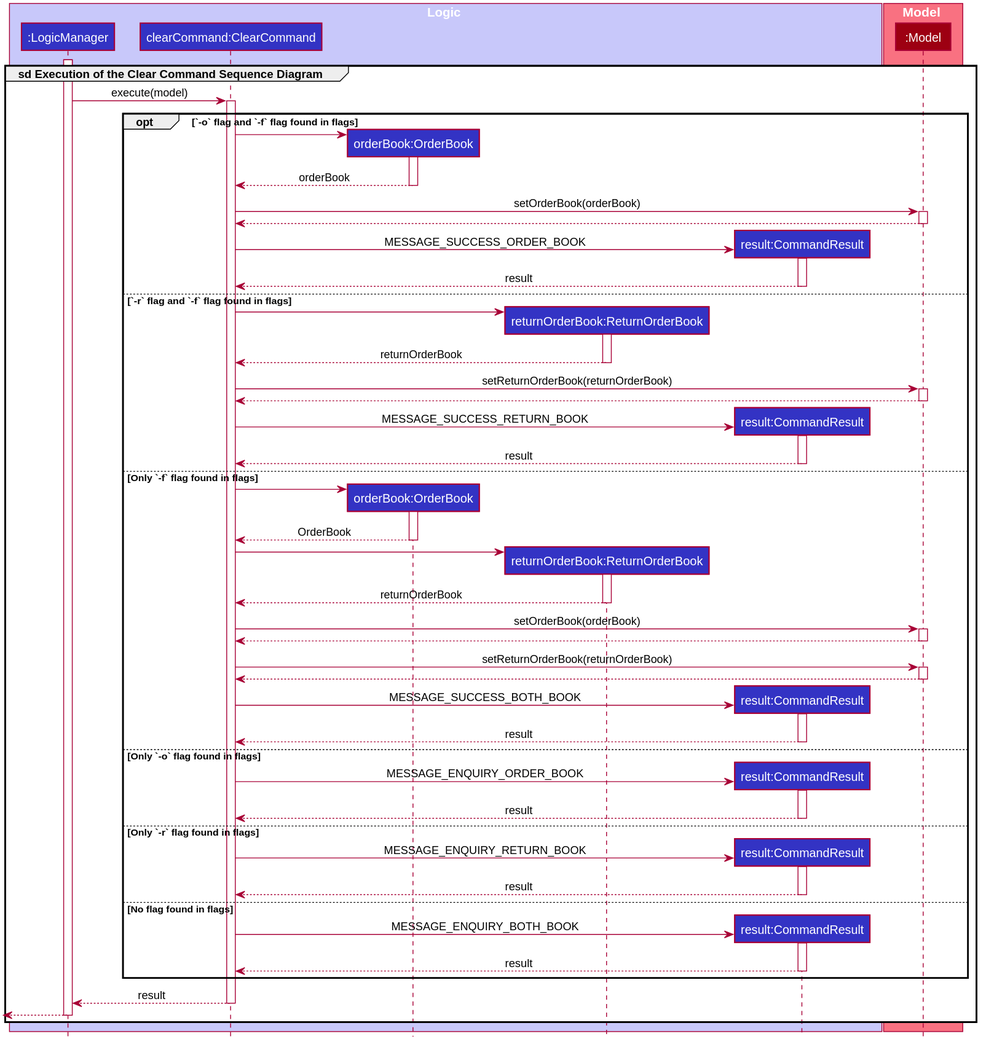
This is docs/images/ClearCommandSequenceDiagram2.svg from nus-cs2103-AY1920S2/addressbook-level3, a PlantUML export, as it was before one commit. Source of this version:
```plantuml
@startuml








skinparam BackgroundColor #FFFFFFF

skinparam Shadowing false

skinparam Class {
    FontColor #FFFFFF
    BorderThickness 1
    BorderColor #FFFFFF
    StereotypeFontColor #FFFFFF
    FontName Arial
}

skinparam Actor {
    BorderColor #000000
    Color #000000
    FontName Arial
}

skinparam Sequence {
    MessageAlign center
    BoxFontSize 15
    BoxPadding 0
    BoxFontColor #FFFFFF
    FontName Arial
}

skinparam Participant {
    FontColor #FFFFFFF
    Padding 20
}

skinparam MinClassWidth 50
skinparam ParticipantPadding 10
skinparam Shadowing false
skinparam DefaultTextAlignment center
skinparam packageStyle Rectangle

hide footbox
hide members
hide circle
box Logic #C8C8FA
participant ":LogicManager" as LogicManager #3333C4
participant "clearCommand:ClearCommand" as ClearCommand #3333C4
participant "orderBook:OrderBook" as OrderBook #3333C4
participant "returnOrderBook:ReturnOrderBook" as ReturnOrderBook #3333C4
participant "result:CommandResult" as CommandResult #3333C4
end box

box Model #F97181
participant ":Model" as Model #9D0012
end box
activate LogicManager

group sd Execution of the Clear Command Sequence Diagram

LogicManager -> ClearCommand ++ : execute(model)

opt `-o` flag and `-f` flag found in flags
    create OrderBook
    ClearCommand -> OrderBook ++

    OrderBook --> ClearCommand -- : orderBook

    ClearCommand -> Model ++ : setOrderBook(orderBook)
    Model --> ClearCommand --

    create CommandResult
    ClearCommand -> CommandResult ++ : MESSAGE_SUCCESS_ORDER_BOOK

    CommandResult --> ClearCommand -- : result
else `-r` flag and `-f` flag found in flags
    create ReturnOrderBook
    ClearCommand -> ReturnOrderBook ++

    ReturnOrderBook --> ClearCommand -- : returnOrderBook

    ClearCommand -> Model ++ : setReturnOrderBook(returnOrderBook)
    Model --> ClearCommand --

    create CommandResult
    ClearCommand -> CommandResult ++ : MESSAGE_SUCCESS_RETURN_BOOK

    CommandResult --> ClearCommand -- : result
else Only `-f` flag found in flags
    create OrderBook
    ClearCommand -> OrderBook ++
    OrderBook --> ClearCommand -- : OrderBook

    create ReturnOrderBook
    ClearCommand -> ReturnOrderBook ++
    ReturnOrderBook --> ClearCommand -- : returnOrderBook

    ClearCommand -> Model ++ : setOrderBook(orderBook)
    Model --> ClearCommand --

    ClearCommand -> Model ++ : setReturnOrderBook(returnOrderBook)
    Model --> ClearCommand --

    create CommandResult
    ClearCommand -> CommandResult ++ : MESSAGE_SUCCESS_BOTH_BOOK

    CommandResult --> ClearCommand -- : result
else Only `-o` flag found in flags
     create CommandResult
     ClearCommand -> CommandResult ++ : MESSAGE_ENQUIRY_ORDER_BOOK

    CommandResult --> ClearCommand -- : result
else Only `-r` flag found in flags
    create CommandResult
    ClearCommand -> CommandResult ++ : MESSAGE_ENQUIRY_RETURN_BOOK

    CommandResult --> ClearCommand -- : result
else No flag found in flags
    create CommandResult
    ClearCommand -> CommandResult ++ : MESSAGE_ENQUIRY_BOTH_BOOK

    CommandResult --> ClearCommand -- : result
end

ClearCommand --> LogicManager : result
deactivate ClearCommand

[<--LogicManager
deactivate LogicManager

end
@enduml
```
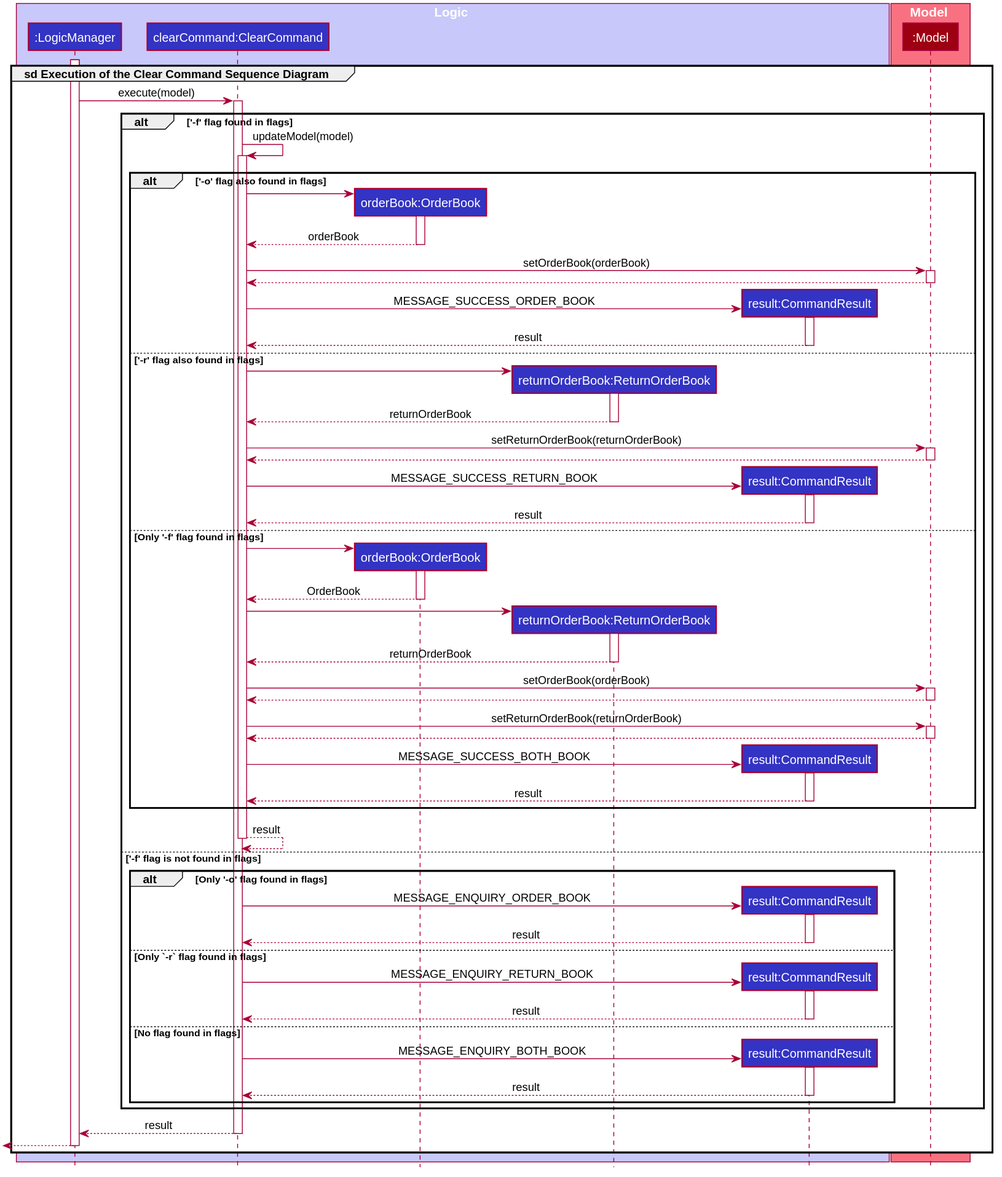
After the change.

What changed in the source:
```diff
@@ -64,66 +64,73 @@
 
 LogicManager -> ClearCommand ++ : execute(model)
 
-opt `-o` flag and `-f` flag found in flags
-    create OrderBook
-    ClearCommand -> OrderBook ++
+alt '-f' flag found in flags
+    ClearCommand -> ClearCommand ++ : updateModel(model)
+    alt '-o' flag also found in flags
+        create OrderBook
+        ClearCommand -> OrderBook ++
 
-    OrderBook --> ClearCommand -- : orderBook
+        OrderBook --> ClearCommand -- : orderBook
 
-    ClearCommand -> Model ++ : setOrderBook(orderBook)
-    Model --> ClearCommand --
+        ClearCommand -> Model ++ : setOrderBook(orderBook)
+        Model --> ClearCommand --
 
-    create CommandResult
-    ClearCommand -> CommandResult ++ : MESSAGE_SUCCESS_ORDER_BOOK
+        create CommandResult
+        ClearCommand -> CommandResult ++ : MESSAGE_SUCCESS_ORDER_BOOK
 
-    CommandResult --> ClearCommand -- : result
-else `-r` flag and `-f` flag found in flags
-    create ReturnOrderBook
-    ClearCommand -> ReturnOrderBook ++
+        CommandResult --> ClearCommand -- : result
 
-    ReturnOrderBook --> ClearCommand -- : returnOrderBook
+    else '-r' flag also found in flags
+        create ReturnOrderBook
+        ClearCommand -> ReturnOrderBook ++
 
-    ClearCommand -> Model ++ : setReturnOrderBook(returnOrderBook)
-    Model --> ClearCommand --
+        ReturnOrderBook --> ClearCommand -- : returnOrderBook
 
-    create CommandResult
-    ClearCommand -> CommandResult ++ : MESSAGE_SUCCESS_RETURN_BOOK
+        ClearCommand -> Model ++ : setReturnOrderBook(returnOrderBook)
+        Model --> ClearCommand --
 
-    CommandResult --> ClearCommand -- : result
-else Only `-f` flag found in flags
-    create OrderBook
-    ClearCommand -> OrderBook ++
-    OrderBook --> ClearCommand -- : OrderBook
+        create CommandResult
+        ClearCommand -> CommandResult ++ : MESSAGE_SUCCESS_RETURN_BOOK
 
-    create ReturnOrderBook
-    ClearCommand -> ReturnOrderBook ++
-    ReturnOrderBook --> ClearCommand -- : returnOrderBook
+        CommandResult --> ClearCommand -- : result
+    else Only '-f' flag found in flags
+        create OrderBook
+        ClearCommand -> OrderBook ++
+        OrderBook --> ClearCommand -- : OrderBook
 
-    ClearCommand -> Model ++ : setOrderBook(orderBook)
-    Model --> ClearCommand --
+        create ReturnOrderBook
+        ClearCommand -> ReturnOrderBook ++
+        ReturnOrderBook --> ClearCommand -- : returnOrderBook
 
-    ClearCommand -> Model ++ : setReturnOrderBook(returnOrderBook)
-    Model --> ClearCommand --
+        ClearCommand -> Model ++ : setOrderBook(orderBook)
+        Model --> ClearCommand --
 
-    create CommandResult
-    ClearCommand -> CommandResult ++ : MESSAGE_SUCCESS_BOTH_BOOK
+        ClearCommand -> Model ++ : setReturnOrderBook(returnOrderBook)
+        Model --> ClearCommand --
 
-    CommandResult --> ClearCommand -- : result
-else Only `-o` flag found in flags
-     create CommandResult
-     ClearCommand -> CommandResult ++ : MESSAGE_ENQUIRY_ORDER_BOOK
+        create CommandResult
+        ClearCommand -> CommandResult ++ : MESSAGE_SUCCESS_BOTH_BOOK
 
-    CommandResult --> ClearCommand -- : result
-else Only `-r` flag found in flags
-    create CommandResult
-    ClearCommand -> CommandResult ++ : MESSAGE_ENQUIRY_RETURN_BOOK
+        CommandResult --> ClearCommand -- : result
+    end
+    ClearCommand --> ClearCommand -- : result
+else '-f' flag is not found in flags
+    alt Only '-o' flag found in flags
+        create CommandResult
+        ClearCommand -> CommandResult ++ : MESSAGE_ENQUIRY_ORDER_BOOK
 
-    CommandResult --> ClearCommand -- : result
-else No flag found in flags
-    create CommandResult
-    ClearCommand -> CommandResult ++ : MESSAGE_ENQUIRY_BOTH_BOOK
+        CommandResult --> ClearCommand -- : result
+    else Only `-r` flag found in flags
+        create CommandResult
+        ClearCommand -> CommandResult ++ : MESSAGE_ENQUIRY_RETURN_BOOK
 
-    CommandResult --> ClearCommand -- : result
+        CommandResult --> ClearCommand -- : result
+    else No flag found in flags
+        create CommandResult
+        ClearCommand -> CommandResult ++ : MESSAGE_ENQUIRY_BOTH_BOOK
+
+        CommandResult --> ClearCommand -- : result
+    end
 end
 
 ClearCommand --> LogicManager : result
```
